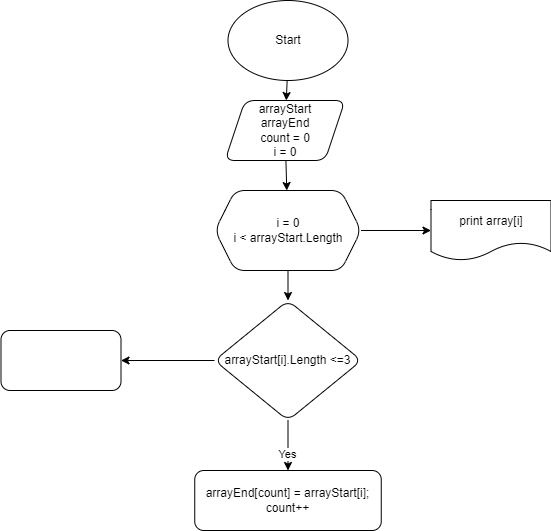
SergioEgorov/Homework-1 keeps this draw.io diagram as Блок-схема.drawio.png. Above is the earlier version. Source tidied: cells renumbered, new cells last; positions are measured from the earlier drawing's top-left corner, leaving out a move shared by most shapes.
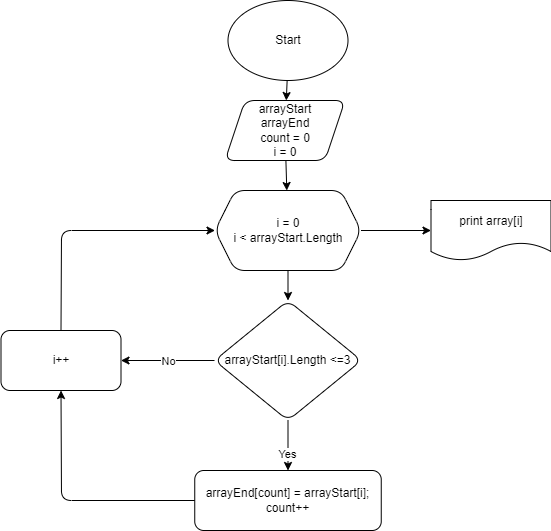
Later version of the same file.

Commit message:
Прокомментировал блок-схему

Change to the diagram source:
```diff
@@ -25,9 +25,6 @@
     <mxCell id="8" value="print array[i]" style="shape=document;whiteSpace=wrap;html=1;boundedLbl=1;rounded=1;" parent="1" vertex="1">
       <mxGeometry x="430.5" y="200" width="120" height="60" as="geometry" />
     </mxCell>
-    <mxCell id="9" style="edgeStyle=none;html=1;" parent="1" edge="1" source="10" target="13">
-      <mxGeometry relative="1" as="geometry" />
-    </mxCell>
     <mxCell id="10" value="arrayStart[i].Length &amp;lt;=3" style="rhombus;whiteSpace=wrap;html=1;rounded=1;" parent="1" vertex="1">
       <mxGeometry x="214" y="300" width="147" height="120" as="geometry" />
     </mxCell>
@@ -37,7 +34,7 @@
     <mxCell id="12" value="Start" style="ellipse;whiteSpace=wrap;html=1;" parent="1" vertex="1">
       <mxGeometry x="227.5" width="120" height="80" as="geometry" />
     </mxCell>
-    <mxCell id="13" style="rounded=1;whiteSpace=wrap;html=1;" parent="1" vertex="1">
+    <mxCell id="13" value="i++" style="rounded=1;whiteSpace=wrap;html=1;" parent="1" vertex="1">
       <mxGeometry x="0.5" y="330" width="120" height="60" as="geometry" />
     </mxCell>
     <mxCell id="14" style="endArrow=classic;html=1;exitX=0.5;exitY=1;exitDx=0;exitDy=0;entryX=0.5;entryY=0;entryDx=0;entryDy=0;" parent="1" edge="1" source="10" target="11">
@@ -46,5 +43,25 @@
     <mxCell id="15" value="Yes" style="edgeLabel;html=1;align=center;verticalAlign=middle;" parent="14" vertex="1">
       <mxGeometry x="0.33" y="-1" relative="1" as="geometry" />
     </mxCell>
+    <mxCell id="9" style="endArrow=classic;html=1;exitX=0;exitY=0.5;exitDx=0;exitDy=0;entryX=1;entryY=0.5;entryDx=0;entryDy=0;" parent="1" edge="1" source="10" target="13">
+      <mxGeometry relative="1" as="geometry" />
+    </mxCell>
+    <mxCell id="16" value="No" style="edgeLabel;html=1;align=center;verticalAlign=middle;" parent="9" vertex="1">
+      <mxGeometry relative="1" as="geometry" />
+    </mxCell>
+    <mxCell id="17" style="endArrow=classic;html=1;exitX=0;exitY=0.5;exitDx=0;exitDy=0;entryX=0.5;entryY=1;entryDx=0;entryDy=0;" parent="1" edge="1" source="11" target="13">
+      <mxGeometry relative="1" as="geometry">
+        <Array as="points">
+          <mxPoint x="61" y="500" />
+        </Array>
+      </mxGeometry>
+    </mxCell>
+    <mxCell id="18" style="endArrow=classic;html=1;exitX=0.5;exitY=0;exitDx=0;exitDy=0;entryX=0;entryY=0.5;entryDx=0;entryDy=0;" parent="1" edge="1" source="13" target="7">
+      <mxGeometry relative="1" as="geometry">
+        <Array as="points">
+          <mxPoint x="61" y="230" />
+        </Array>
+      </mxGeometry>
+    </mxCell>
   </root>
 </mxGraphModel>
```
